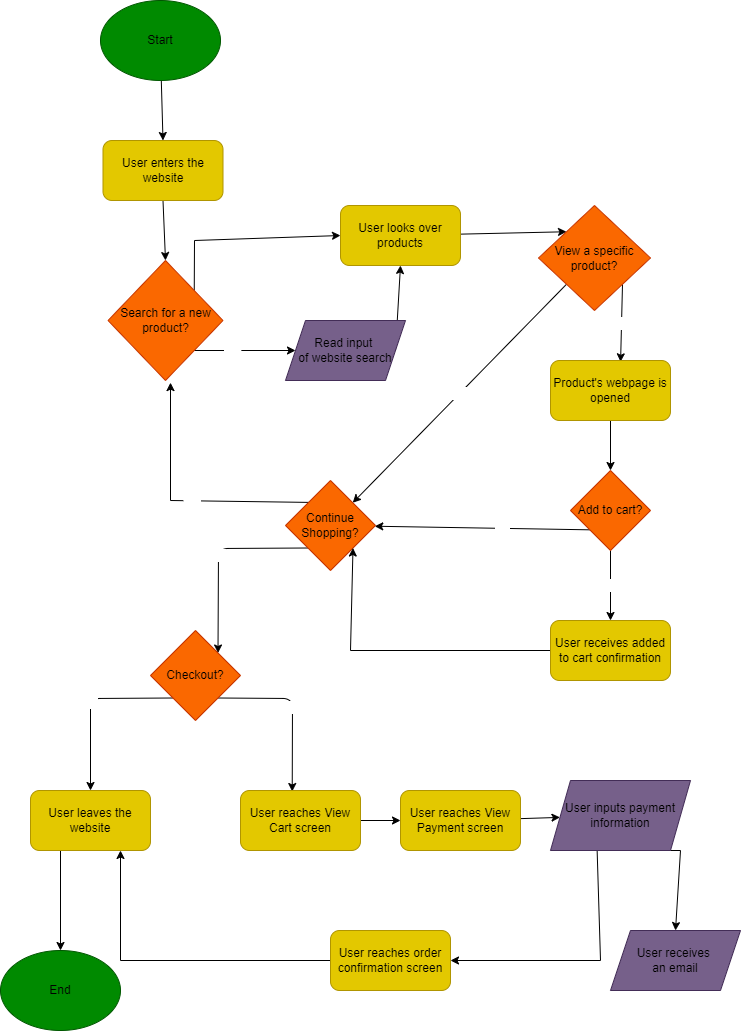
This is explore/diagramming/diagram.drawio.png from daniel-lee-user/sp23-cse110-lab4, a draw.io export, as it was before one commit. Source tidied: cells renumbered, new cells last; positions are measured from the earlier drawing's top-left corner, leaving out a move shared by most shapes.
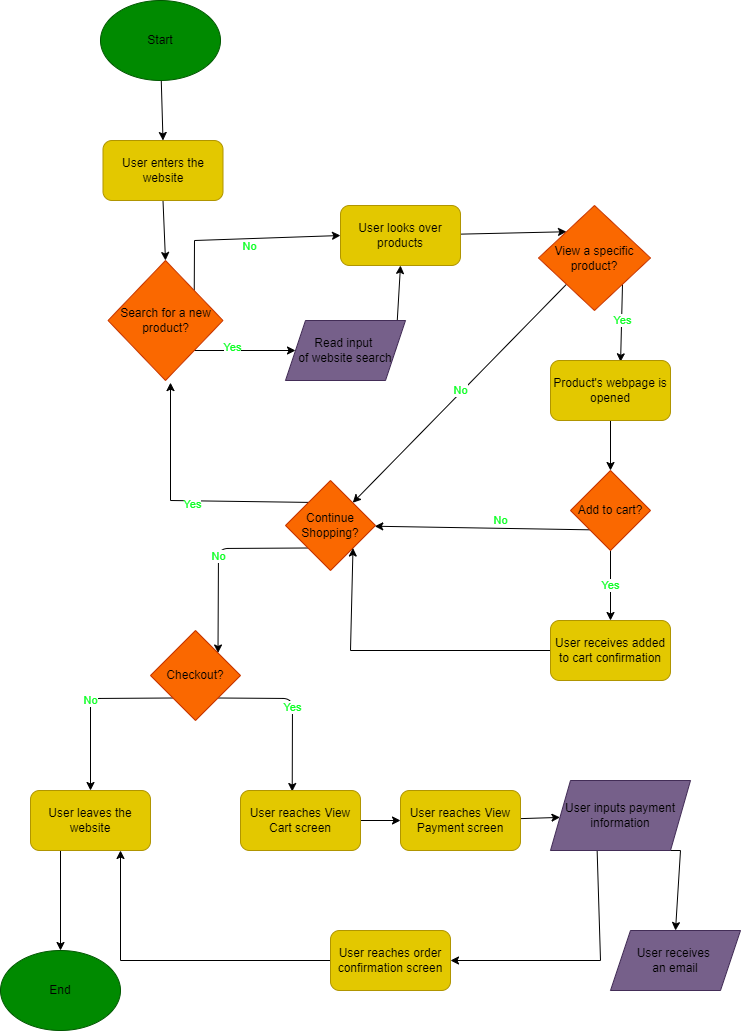
The same diagram one commit later.

Commit message:
changed color of text

What changed in the source:
```diff
@@ -21,7 +21,7 @@
         </Array>
       </mxGeometry>
     </mxCell>
-    <mxCell id="7" value="No" style="edgeLabel;html=1;align=center;verticalAlign=middle;fontColor=#FFFFFF;" parent="6" vertex="1">
+    <mxCell id="7" value="&lt;font color=&quot;#0fff27&quot;&gt;No&lt;/font&gt;" style="edgeLabel;html=1;align=center;verticalAlign=middle;fontColor=#FFFFFF;strokeColor=#0E1D03;" parent="6" vertex="1">
       <mxGeometry x="0.2" y="-1" relative="1" as="geometry">
         <mxPoint x="-14" y="7" as="offset" />
       </mxGeometry>
@@ -29,7 +29,7 @@
     <mxCell id="8" style="edgeStyle=none;html=1;exitX=1;exitY=1;exitDx=0;exitDy=0;fontColor=#FFFFFF;rounded=0;" parent="1" edge="1" source="10" target="12">
       <mxGeometry relative="1" as="geometry" />
     </mxCell>
-    <mxCell id="9" value="Yes" style="edgeLabel;html=1;align=center;verticalAlign=middle;fontColor=#FFFFFF;" parent="8" vertex="1">
+    <mxCell id="9" value="&lt;font color=&quot;#0fff27&quot;&gt;Yes&lt;/font&gt;" style="edgeLabel;html=1;align=center;verticalAlign=middle;fontColor=#FFFFFF;strokeColor=#011D00;" parent="8" vertex="1">
       <mxGeometry x="-0.25" y="3" relative="1" as="geometry" />
     </mxCell>
     <mxCell id="10" value="Search for a new product?" style="rhombus;whiteSpace=wrap;html=1;fontColor=#000000;fillColor=#fa6800;strokeColor=#C73500;" parent="1" vertex="1">
@@ -47,11 +47,13 @@
     <mxCell id="14" value="User looks over products" style="rounded=1;whiteSpace=wrap;html=1;fontColor=#000000;fillColor=#e3c800;strokeColor=#B09500;" parent="1" vertex="1">
       <mxGeometry x="340" y="205" width="120" height="60" as="geometry" />
     </mxCell>
-    <mxCell id="15" value="No" style="edgeStyle=none;html=1;exitX=0;exitY=1;exitDx=0;exitDy=0;fontColor=#FFFFFF;rounded=0;" parent="1" edge="1" source="17" target="26">
-      <mxGeometry relative="1" as="geometry" />
+    <mxCell id="15" value="&lt;font color=&quot;#0fff27&quot;&gt;No&lt;/font&gt;" style="edgeStyle=none;html=1;exitX=0;exitY=1;exitDx=0;exitDy=0;fontColor=#FFFFFF;rounded=0;" parent="1" edge="1" source="17" target="26">
+      <mxGeometry x="-0.02" y="-1" relative="1" as="geometry">
+        <mxPoint y="-1" as="offset" />
+      </mxGeometry>
     </mxCell>
-    <mxCell id="16" value="Yes" style="edgeStyle=none;html=1;exitX=1;exitY=1;exitDx=0;exitDy=0;entryX=0.584;entryY=0.022;entryDx=0;entryDy=0;entryPerimeter=0;fontColor=#FFFFFF;rounded=0;" parent="1" edge="1" source="17" target="19">
-      <mxGeometry relative="1" as="geometry" />
+    <mxCell id="16" value="&lt;font color=&quot;#0fff27&quot;&gt;Yes&lt;/font&gt;" style="edgeStyle=none;html=1;exitX=1;exitY=1;exitDx=0;exitDy=0;entryX=0.584;entryY=0.022;entryDx=0;entryDy=0;entryPerimeter=0;fontColor=#FFFFFF;rounded=0;" parent="1" edge="1" source="17" target="19">
+      <mxGeometry x="-0.07" y="1" relative="1" as="geometry" />
     </mxCell>
     <mxCell id="17" value="View a specific product?" style="rhombus;whiteSpace=wrap;html=1;fontColor=#000000;fillColor=#fa6800;strokeColor=#C73500;" parent="1" vertex="1">
       <mxGeometry x="538" y="205" width="112" height="105" as="geometry" />
@@ -62,11 +64,11 @@
     <mxCell id="19" value="Product's webpage is opened" style="rounded=1;whiteSpace=wrap;html=1;fontColor=#000000;fillColor=#e3c800;strokeColor=#B09500;" parent="1" vertex="1">
       <mxGeometry x="550" y="360" width="120" height="60" as="geometry" />
     </mxCell>
-    <mxCell id="20" value="Yes" style="edgeStyle=none;html=1;fontColor=#FFFFFF;entryX=0.5;entryY=0;entryDx=0;entryDy=0;rounded=0;" parent="1" edge="1" source="22" target="28">
+    <mxCell id="20" value="&lt;font color=&quot;#0fff27&quot;&gt;Yes&lt;/font&gt;" style="edgeStyle=none;html=1;fontColor=#FFFFFF;entryX=0.5;entryY=0;entryDx=0;entryDy=0;rounded=0;" parent="1" edge="1" source="22" target="28">
       <mxGeometry relative="1" as="geometry" />
     </mxCell>
-    <mxCell id="21" value="No" style="edgeStyle=none;html=1;exitX=1;exitY=1;exitDx=0;exitDy=0;fontColor=#FFFFFF;rounded=0;" parent="1" edge="1" source="22" target="26">
-      <mxGeometry relative="1" as="geometry" />
+    <mxCell id="21" value="&lt;font color=&quot;#0fff27&quot;&gt;No&lt;/font&gt;" style="edgeStyle=none;html=1;exitX=1;exitY=1;exitDx=0;exitDy=0;fontColor=#FFFFFF;rounded=0;" parent="1" edge="1" source="22" target="26">
+      <mxGeometry x="0.02" y="-8" relative="1" as="geometry" />
     </mxCell>
     <mxCell id="22" value="Add to cart?" style="rhombus;whiteSpace=wrap;html=1;fontColor=#000000;fillColor=#fa6800;strokeColor=#C73500;" parent="1" vertex="1">
       <mxGeometry x="570" y="470" width="80" height="80" as="geometry" />
@@ -79,10 +81,10 @@
         </Array>
       </mxGeometry>
     </mxCell>
-    <mxCell id="24" value="Yes" style="edgeLabel;html=1;align=center;verticalAlign=middle;fontColor=#FFFFFF;" parent="23" vertex="1">
+    <mxCell id="24" value="&lt;font color=&quot;#0fff27&quot;&gt;Yes&lt;/font&gt;" style="edgeLabel;html=1;align=center;verticalAlign=middle;fontColor=#FFFFFF;" parent="23" vertex="1">
       <mxGeometry x="0.07" y="3" relative="1" as="geometry" />
     </mxCell>
-    <mxCell id="25" value="No" style="edgeStyle=none;html=1;exitX=0;exitY=1;exitDx=0;exitDy=0;fontColor=#FFFFFF;entryX=1;entryY=0;entryDx=0;entryDy=0;" parent="1" edge="1" source="26" target="31">
+    <mxCell id="25" value="&lt;font color=&quot;#0fff27&quot;&gt;No&lt;/font&gt;" style="edgeStyle=none;html=1;exitX=0;exitY=1;exitDx=0;exitDy=0;fontColor=#FFFFFF;entryX=1;entryY=0;entryDx=0;entryDy=0;" parent="1" edge="1" source="26" target="31">
       <mxGeometry relative="1" as="geometry">
         <Array as="points">
           <mxPoint x="218" y="548" />
@@ -102,14 +104,14 @@
     <mxCell id="28" value="User receives added to cart confirmation" style="rounded=1;whiteSpace=wrap;html=1;fontColor=#000000;fillColor=#e3c800;strokeColor=#B09500;" parent="1" vertex="1">
       <mxGeometry x="550" y="620" width="120" height="60" as="geometry" />
     </mxCell>
-    <mxCell id="29" value="No" style="edgeStyle=none;html=1;exitX=0;exitY=1;exitDx=0;exitDy=0;fontColor=#FFFFFF;entryX=0.5;entryY=0;entryDx=0;entryDy=0;" parent="1" edge="1" source="31" target="33">
-      <mxGeometry relative="1" as="geometry">
+    <mxCell id="29" value="&lt;font color=&quot;#0fff27&quot;&gt;No&lt;/font&gt;" style="edgeStyle=none;html=1;exitX=0;exitY=1;exitDx=0;exitDy=0;fontColor=#FFFFFF;entryX=0.5;entryY=0;entryDx=0;entryDy=0;" parent="1" edge="1" source="31" target="33">
+      <mxGeometry x="-0.03" relative="1" as="geometry">
         <Array as="points">
           <mxPoint x="90" y="698" />
         </Array>
       </mxGeometry>
     </mxCell>
-    <mxCell id="30" value="Yes" style="edgeStyle=none;html=1;exitX=1;exitY=1;exitDx=0;exitDy=0;fontColor=#FFFFFF;entryX=0.431;entryY=0.017;entryDx=0;entryDy=0;entryPerimeter=0;" parent="1" edge="1" source="31" target="35">
+    <mxCell id="30" value="&lt;font color=&quot;#0fff27&quot;&gt;Yes&lt;/font&gt;" style="edgeStyle=none;html=1;exitX=1;exitY=1;exitDx=0;exitDy=0;fontColor=#FFFFFF;entryX=0.431;entryY=0.017;entryDx=0;entryDy=0;entryPerimeter=0;" parent="1" edge="1" source="31" target="35">
       <mxGeometry relative="1" as="geometry">
         <Array as="points">
           <mxPoint x="292" y="698" />
```
